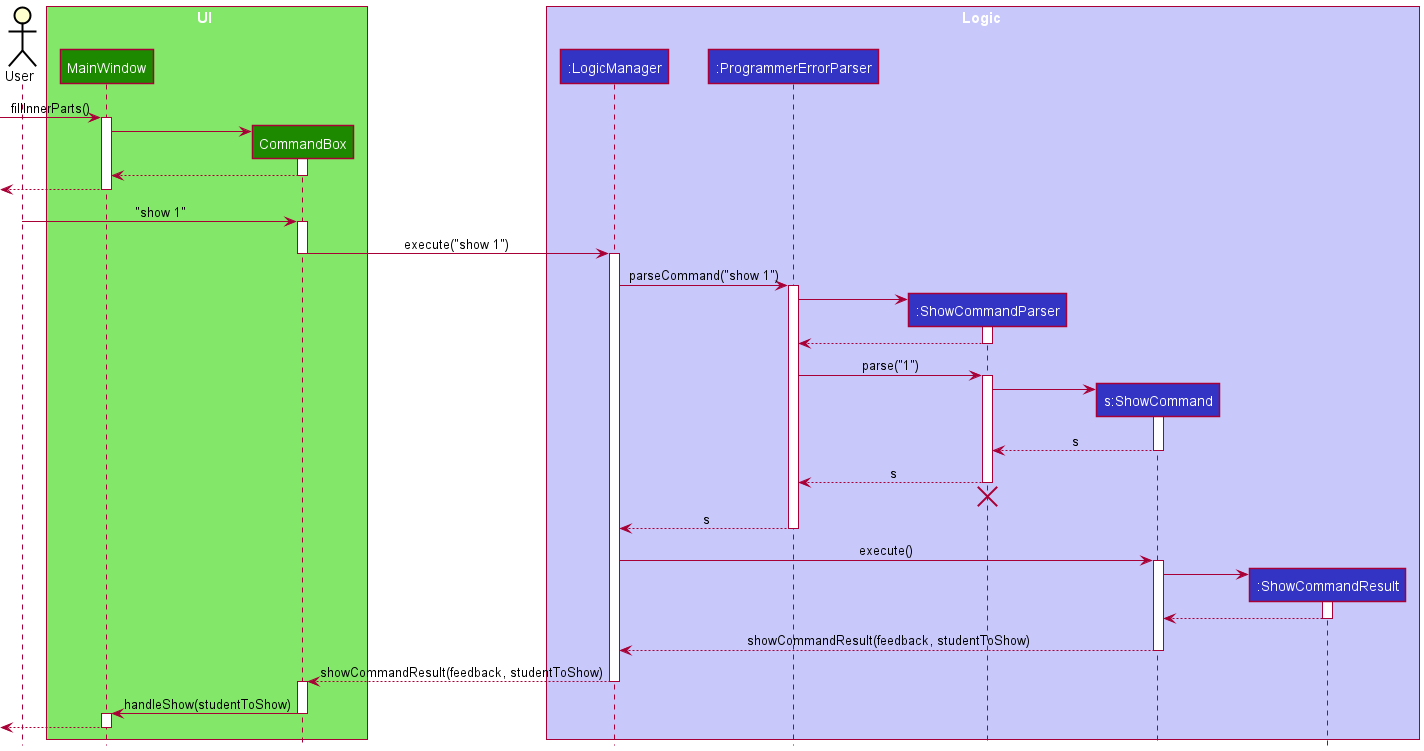
nus-cs2103-AY2122S1/tp keeps this PlantUML diagram as docs/images/commands/ShowCommand/ShowSequenceDiagram.png. Above is the earlier version.
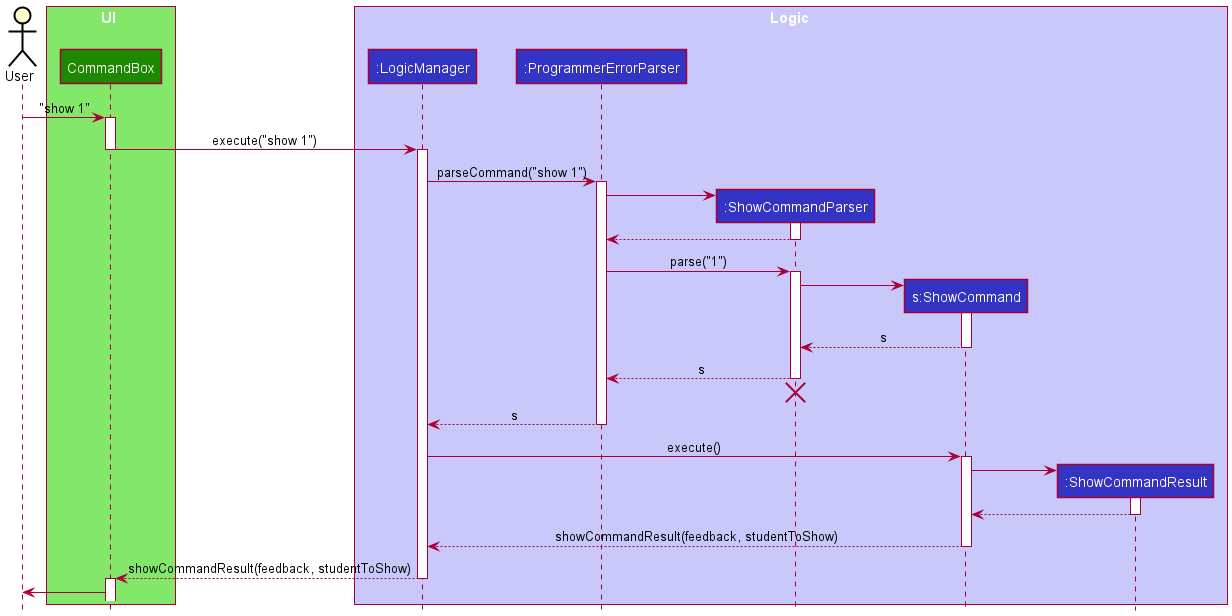
After the change.

Commit message:
Update UML diagram

What changed in the source:
```diff
@@ -1,9 +1,8 @@
 @startuml
-!include style.puml
+!include ../style.puml
 actor User
 
 box UI UI_COLOR_T1
-participant "MainWindow" as MainWindow UI_COLOR
 participant "CommandBox" as CommandBox UI_COLOR
 end box
 
@@ -14,16 +13,6 @@
 participant "s:ShowCommand" as ShowCommand LOGIC_COLOR
 participant ":ShowCommandResult" as ShowCommandResult LOGIC_COLOR
 end box
-
-[-> MainWindow : fillInnerParts()
-activate MainWindow
-create CommandBox
-MainWindow -> CommandBox
-activate CommandBox
-CommandBox --> MainWindow
-deactivate CommandBox
-[<-- MainWindow
-deactivate MainWindow
 
 User -> CommandBox : "show 1"
 activate CommandBox
@@ -78,9 +67,7 @@
 LogicManager --> CommandBox : showCommandResult(feedback, studentToShow)
 deactivate LogicManager
 activate CommandBox
-CommandBox -> MainWindow : handleShow(studentToShow)
-deactivate CommandBox
-activate MainWindow
-[<-- MainWindow
-deactivate MainWindow
+CommandBox -> User
+
+
 @enduml
```
